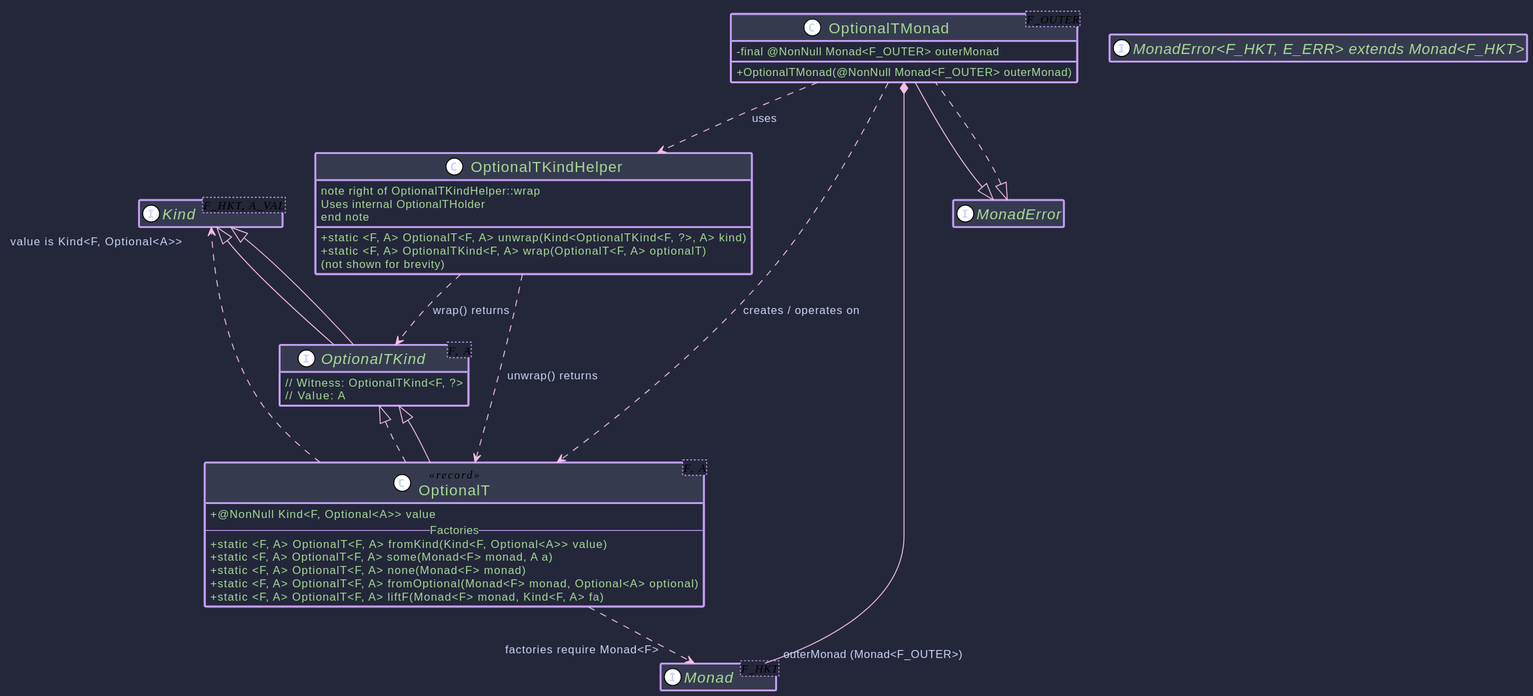
higher-kinded-j/higher-kinded-j keeps this PlantUML diagram as hkj-book/src/images/puml/optional_t_transformer.svg. Above is the earlier version.
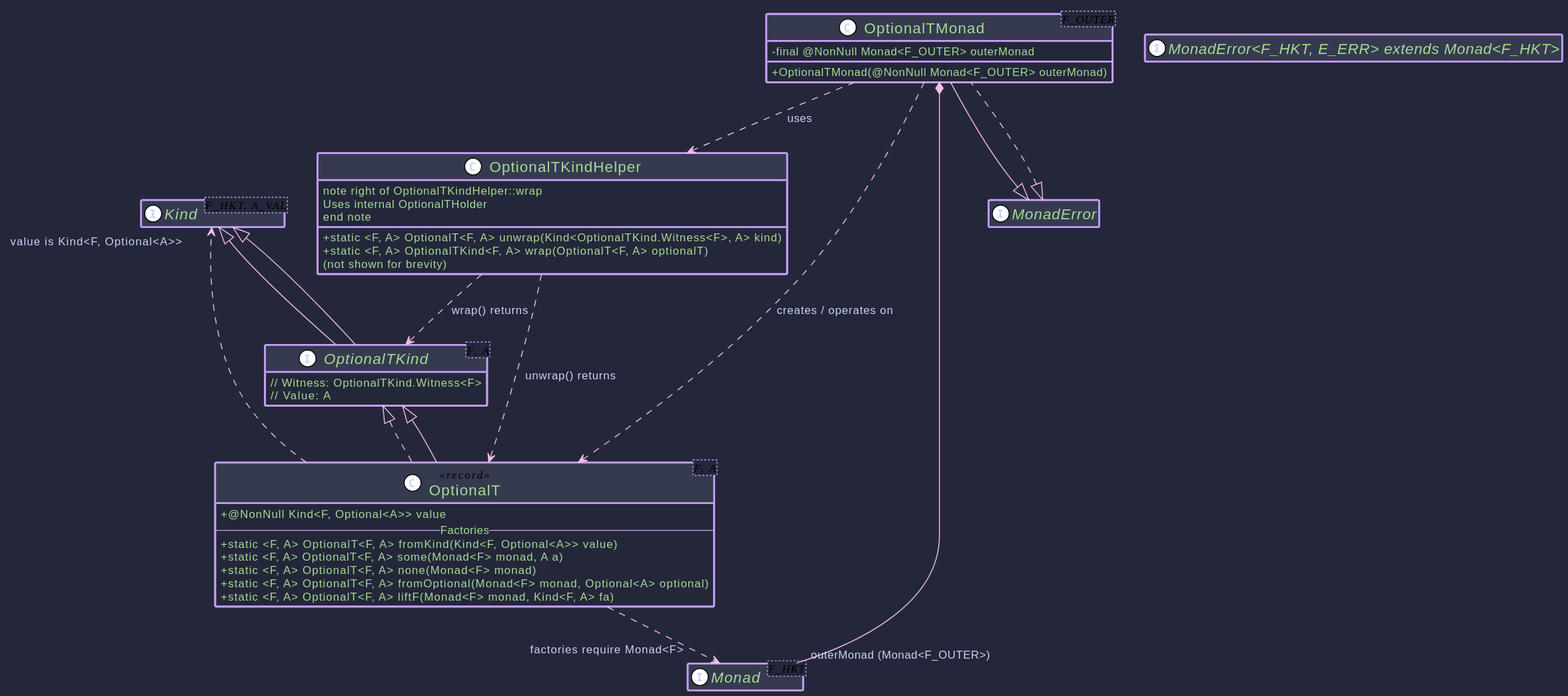
The same diagram one commit later.

The edit, as a diff of the source:
```diff
@@ -21,18 +21,18 @@
     + static <F, A> OptionalT<F, A> liftF(Monad<F> monad, Kind<F, A> fa)
   }
 
-  interface OptionalTKind<F, A> extends Kind<OptionalTKind<F, ?>, A> {
-    // Witness: OptionalTKind<F, ?>
+  interface OptionalTKind<F, A> extends Kind<OptionalTKind.Witness<F>, A> {
+    // Witness: OptionalTKind.Witness<F>
     // Value: A
   }
 
-  class OptionalTMonad<F_OUTER> implements MonadError<OptionalTKind<F_OUTER, ?>, Void> {
+  class OptionalTMonad<F_OUTER> implements MonadError<OptionalTKind.Witness<F_OUTER>, Void> {
     - final @NonNull Monad<F_OUTER> outerMonad
     + OptionalTMonad(@NonNull Monad<F_OUTER> outerMonad)
   }
 
   class OptionalTKindHelper {
-    + static <F, A> OptionalT<F, A> unwrap(Kind<OptionalTKind<F, ?>, A> kind)
+    + static <F, A> OptionalT<F, A> unwrap(Kind<OptionalTKind.Witness<F>, A> kind)
     + static <F, A> OptionalTKind<F, A> wrap(OptionalT<F, A> optionalT)
 
     note right of OptionalTKindHelper::wrap
```
